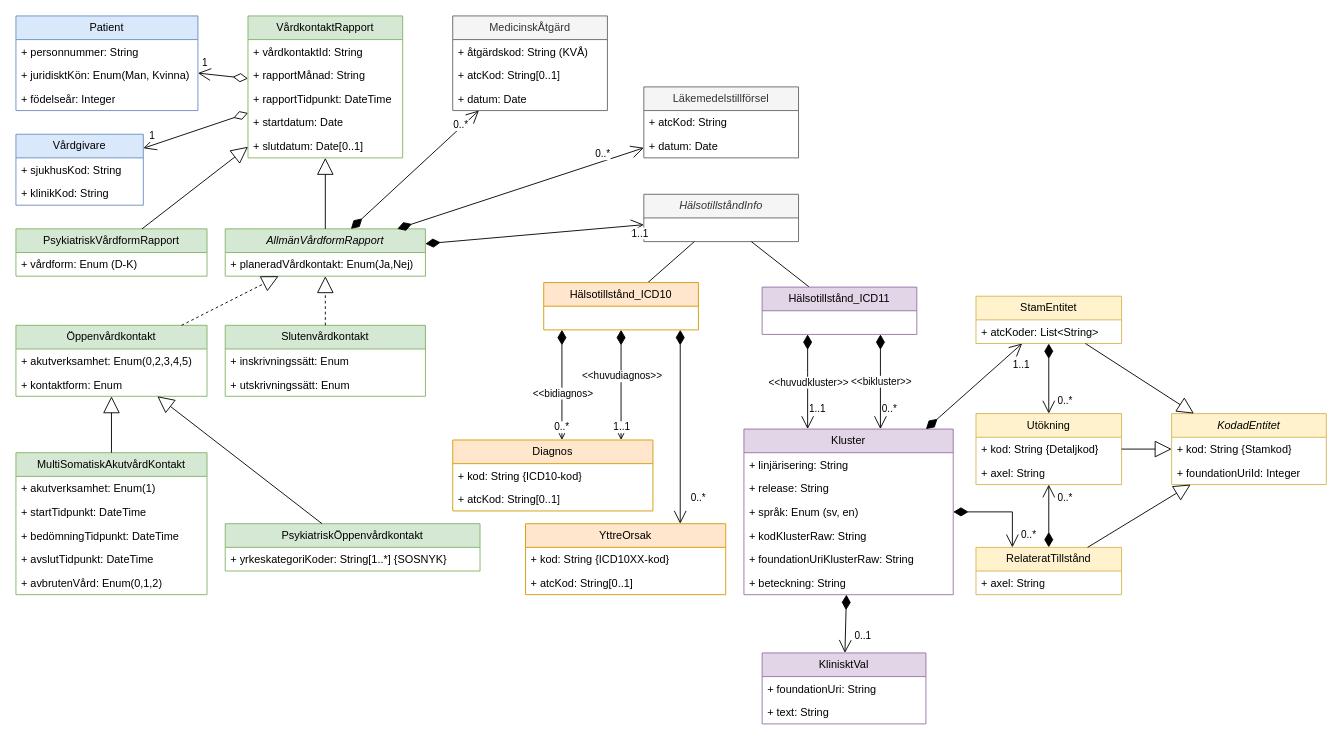
Before: page "Liggande 0.2" (2 of 4) of Klassmodell ICD11.drawio in bhagqvist-consid/ICD11, a draw.io diagram. Source tidied: cells renumbered, new cells numbered last; positions are measured from the earlier drawing's top-left corner, leaving out a move shared by most shapes. Both pictures are drawn from the tidied source at 91%, with x=0, y=0 at pixel (15, 15).
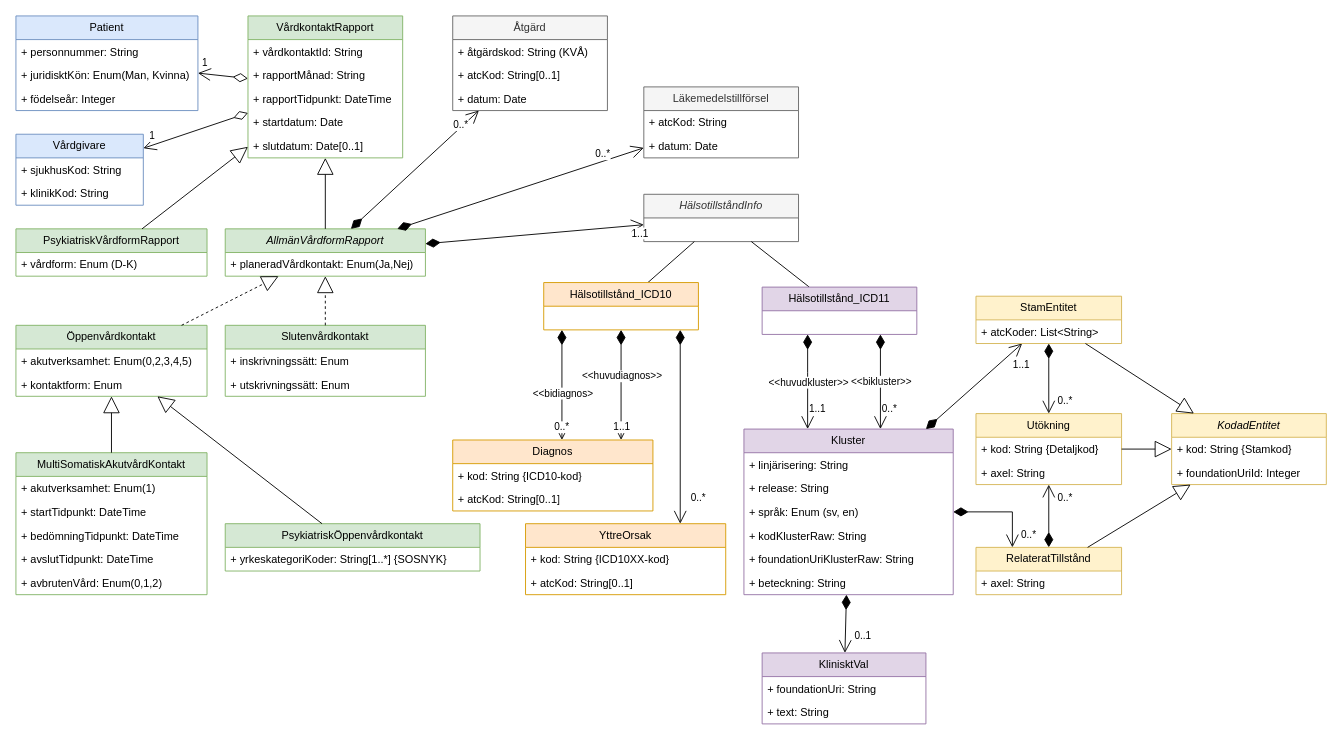
Above is the later version.

Diff of the diagram source:
```diff
@@
-    <mxCell id="47" value="MedicinskÅtgärd" style="swimlane;fontStyle=0;horizontal=1;startSize=26;fillColor=#f5f5f5;whiteSpace=wrap;html=1;fontColor=#333333;strokeColor=#666666;" parent="1" vertex="1">
+    <mxCell id="47" value="Åtgärd" style="swimlane;fontStyle=0;horizontal=1;startSize=26;fillColor=#f5f5f5;whiteSpace=wrap;html=1;fontColor=#333333;strokeColor=#666666;" parent="1" vertex="1">
       <mxGeometry x="480" width="170" height="104" as="geometry" />
     </mxCell>
```
